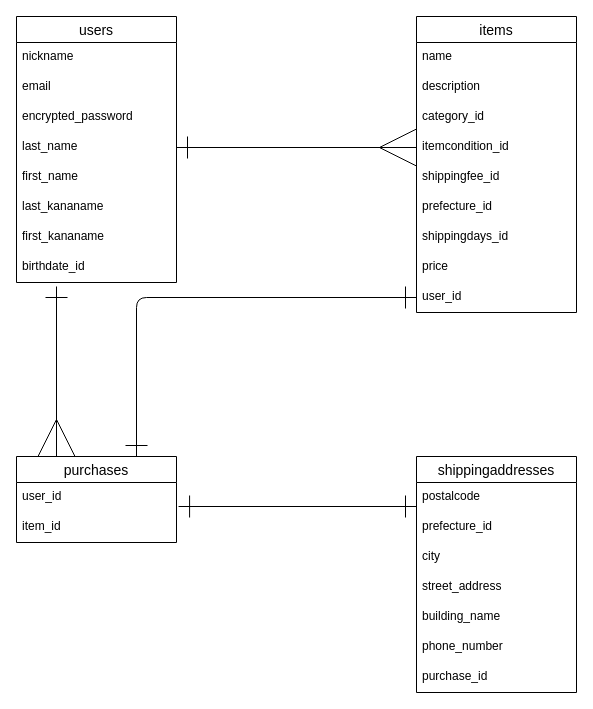
Above: ER.dio in ino-aki/furima-40951 (draw.io), before the change. Source tidied: cells renumbered, new cells numbered last; positions are measured from the earlier drawing's top-left corner, leaving out a move shared by most shapes. Both pictures are drawn from the tidied source at 100%, with x=0, y=0 at pixel (16, 16).
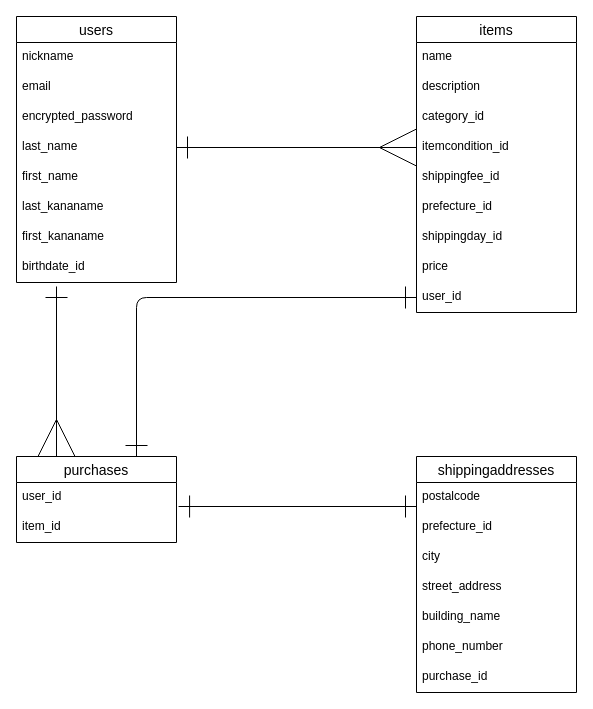
The same diagram, later.

Commit message (it also covers changes not shown here):
データベース設計の修正

The change refers to these unchanged cells:
```xml
<mxCell id="11" value="items" style="swimlane;fontStyle=0;horizontal=1;startSize=26;align=center;fontSize=14;" parent="1" vertex="1">
  <mxGeometry x="400" width="160" height="296" as="geometry" />
</mxCell>
```

What changed in the source:
```diff
@@
-    <mxCell id="18" value="shippingdays_id" style="text;strokeColor=none;fillColor=none;spacingLeft=4;spacingRight=4;overflow=hidden;fontSize=12;" parent="11" vertex="1">
+    <mxCell id="18" value="shippingday_id" style="text;strokeColor=none;fillColor=none;spacingLeft=4;spacingRight=4;overflow=hidden;fontSize=12;" parent="11" vertex="1">
       <mxGeometry y="206" width="160" height="30" as="geometry" />
     </mxCell>
```
